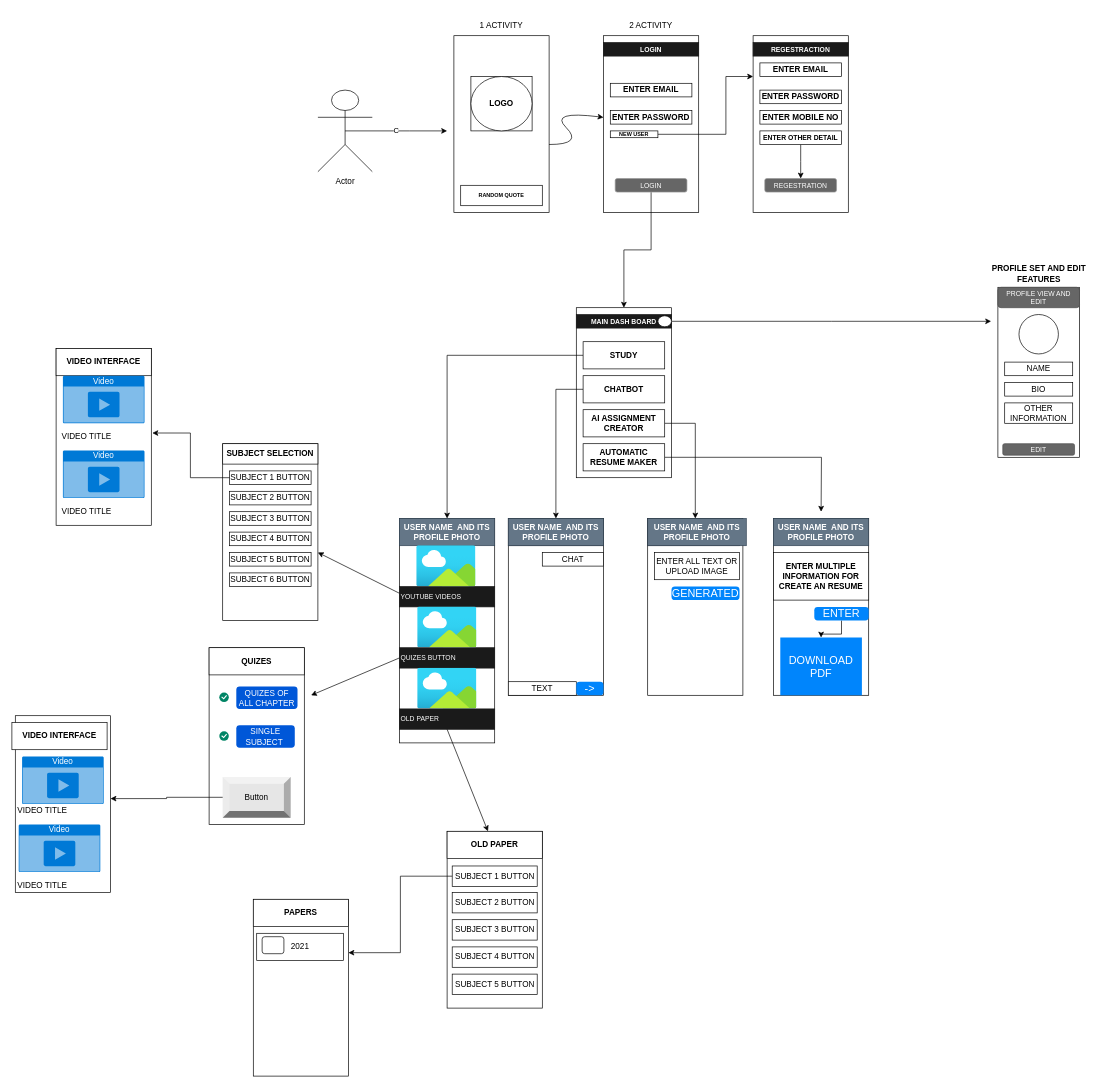
Earlier version of the draw.io diagram Untitled Diagram.drawio (ujjawalTHEBATMAN/Student-Help-Center). Source tidied: cells renumbered, new cells numbered last; positions are measured from the earlier drawing's top-left corner, leaving out a move shared by most shapes. Both pictures are drawn from the tidied source at 68%, with x=0, y=0 at pixel (12, 12).
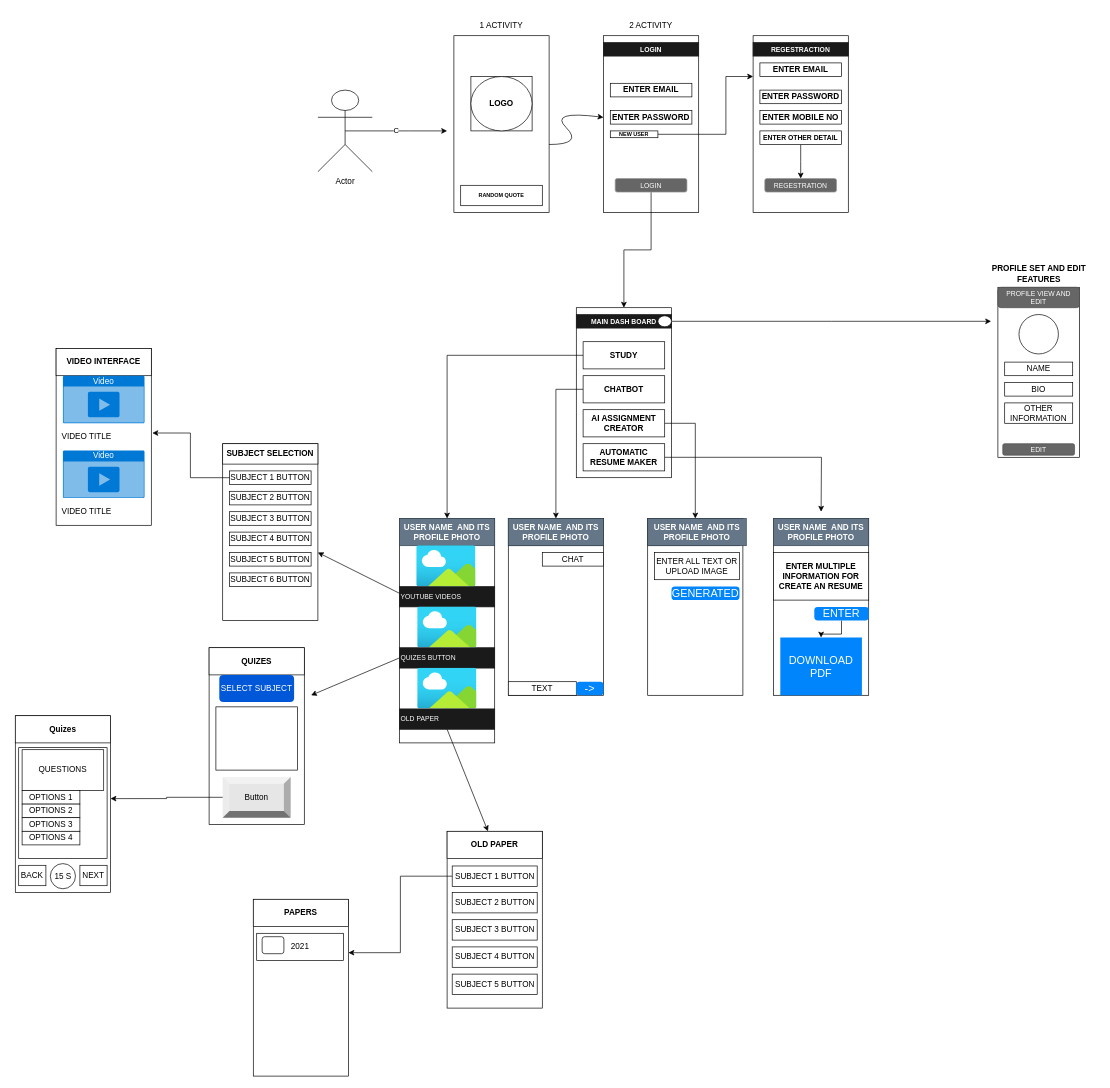
The same diagram, later.

Change to the diagram source:
```diff
@@
-    <mxCell id="79" value="QUIZES OF ALL CHAPTER" style="rounded=1;fillColor=#0057D8;align=center;strokeColor=none;html=1;whiteSpace=wrap;fontColor=#ffffff;fontSize=12;sketch=0;" parent="1" vertex="1">
-      <mxGeometry x="330" y="992" width="90" height="33" as="geometry" />
-    </mxCell>
-    <mxCell id="80" style="html=1;shadow=0;dashed=0;shape=mxgraph.atlassian.checkbox;fillColor=#008465;strokeColor=none;html=1;sketch=0;" parent="1" vertex="1">
-      <mxGeometry x="305" y="1001" width="14" height="14" as="geometry" />
-    </mxCell>
-    <mxCell id="81" value="SINGLE SUBJECT&amp;nbsp;" style="rounded=1;fillColor=#0057D8;align=center;strokeColor=none;html=1;whiteSpace=wrap;fontColor=#ffffff;fontSize=12;sketch=0;" parent="1" vertex="1">
-      <mxGeometry x="330" y="1049" width="86" height="33" as="geometry" />
+    <mxCell id="81" value="SELECT SUBJECT" style="rounded=1;fillColor=#0057D8;align=center;strokeColor=none;html=1;whiteSpace=wrap;fontColor=#ffffff;fontSize=12;sketch=0;" parent="1" vertex="1">
+      <mxGeometry x="305" y="975" width="110" height="40" as="geometry" />
     </mxCell>
-    <mxCell id="82" style="html=1;shadow=0;dashed=0;shape=mxgraph.atlassian.checkbox;fillColor=#008465;strokeColor=none;html=1;sketch=0;" parent="1" vertex="1">
-      <mxGeometry x="305" y="1058" width="14" height="14" as="geometry" />
-    </mxCell>
@@
-    <mxCell id="85" value="VIDEO INTERFACE" style="rounded=0;whiteSpace=wrap;html=1;fontStyle=1;" parent="1" vertex="1">
-      <mxGeometry y="1045" width="140" height="40" as="geometry" />
+    <mxCell id="85" value="Quizes" style="rounded=0;whiteSpace=wrap;html=1;fontStyle=1;" parent="1" vertex="1">
+      <mxGeometry x="5" y="1035" width="140" height="40" as="geometry" />
     </mxCell>
-    <mxCell id="86" value="Video" style="html=1;whiteSpace=wrap;strokeColor=none;fillColor=#0079D6;labelPosition=center;verticalLabelPosition=middle;verticalAlign=top;align=center;fontSize=12;spacingTop=-6;fontColor=#FFFFFF;sketch=0;shape=mxgraph.sitemap.video;" parent="1" vertex="1">
-      <mxGeometry x="15" y="1095" width="120" height="70" as="geometry" />
-    </mxCell>
-    <mxCell id="87" value="VIDEO TITLE" style="text;html=1;strokeColor=none;fillColor=none;align=center;verticalAlign=middle;whiteSpace=wrap;overflow=hidden;" parent="1" vertex="1">
-      <mxGeometry y="1165" width="90" height="20" as="geometry" />
-    </mxCell>
-    <mxCell id="88" value="Video" style="html=1;whiteSpace=wrap;strokeColor=none;fillColor=#0079D6;labelPosition=center;verticalLabelPosition=middle;verticalAlign=top;align=center;fontSize=12;spacingTop=-6;fontColor=#FFFFFF;sketch=0;shape=mxgraph.sitemap.video;" parent="1" vertex="1">
-      <mxGeometry x="10" y="1195" width="120" height="70" as="geometry" />
-    </mxCell>
-    <mxCell id="89" value="VIDEO TITLE" style="text;html=1;strokeColor=none;fillColor=none;align=center;verticalAlign=middle;whiteSpace=wrap;overflow=hidden;" parent="1" vertex="1">
-      <mxGeometry y="1275" width="90" height="20" as="geometry" />
-    </mxCell>
@@
+    <mxCell id="118" style="rounded=0;whiteSpace=wrap;html=1;" parent="1" vertex="1">
+      <mxGeometry x="10" y="1082" width="130" height="163" as="geometry" />
+    </mxCell>
+    <mxCell id="119" value="QUESTIONS" style="rounded=0;whiteSpace=wrap;html=1;" parent="1" vertex="1">
+      <mxGeometry x="15" y="1085" width="120" height="60" as="geometry" />
+    </mxCell>
+    <mxCell id="120" value="OPTIONS 1" style="rounded=0;whiteSpace=wrap;html=1;" parent="1" vertex="1">
+      <mxGeometry x="15" y="1145" width="85" height="20" as="geometry" />
+    </mxCell>
+    <mxCell id="121" value="OPTIONS 2" style="rounded=0;whiteSpace=wrap;html=1;" parent="1" vertex="1">
+      <mxGeometry x="15" y="1165" width="85" height="20" as="geometry" />
+    </mxCell>
+    <mxCell id="122" value="OPTIONS 3" style="rounded=0;whiteSpace=wrap;html=1;" parent="1" vertex="1">
+      <mxGeometry x="15" y="1185" width="85" height="20" as="geometry" />
+    </mxCell>
+    <mxCell id="123" value="OPTIONS 4" style="rounded=0;whiteSpace=wrap;html=1;" parent="1" vertex="1">
+      <mxGeometry x="15" y="1205" width="85" height="20" as="geometry" />
+    </mxCell>
+    <mxCell id="124" value="15 S" style="ellipse;whiteSpace=wrap;html=1;" parent="1" vertex="1">
+      <mxGeometry x="56.5" y="1252.5" width="37" height="37" as="geometry" />
+    </mxCell>
+    <mxCell id="125" value="NEXT" style="rounded=0;whiteSpace=wrap;html=1;" parent="1" vertex="1">
+      <mxGeometry x="100" y="1255" width="40" height="30" as="geometry" />
+    </mxCell>
+    <mxCell id="126" value="BACK" style="rounded=0;whiteSpace=wrap;html=1;" parent="1" vertex="1">
+      <mxGeometry x="10" y="1255" width="40" height="30" as="geometry" />
+    </mxCell>
+    <mxCell id="127" style="rounded=0;whiteSpace=wrap;html=1;" parent="1" vertex="1">
+      <mxGeometry x="300" y="1022" width="120" height="93" as="geometry" />
+    </mxCell>
```
